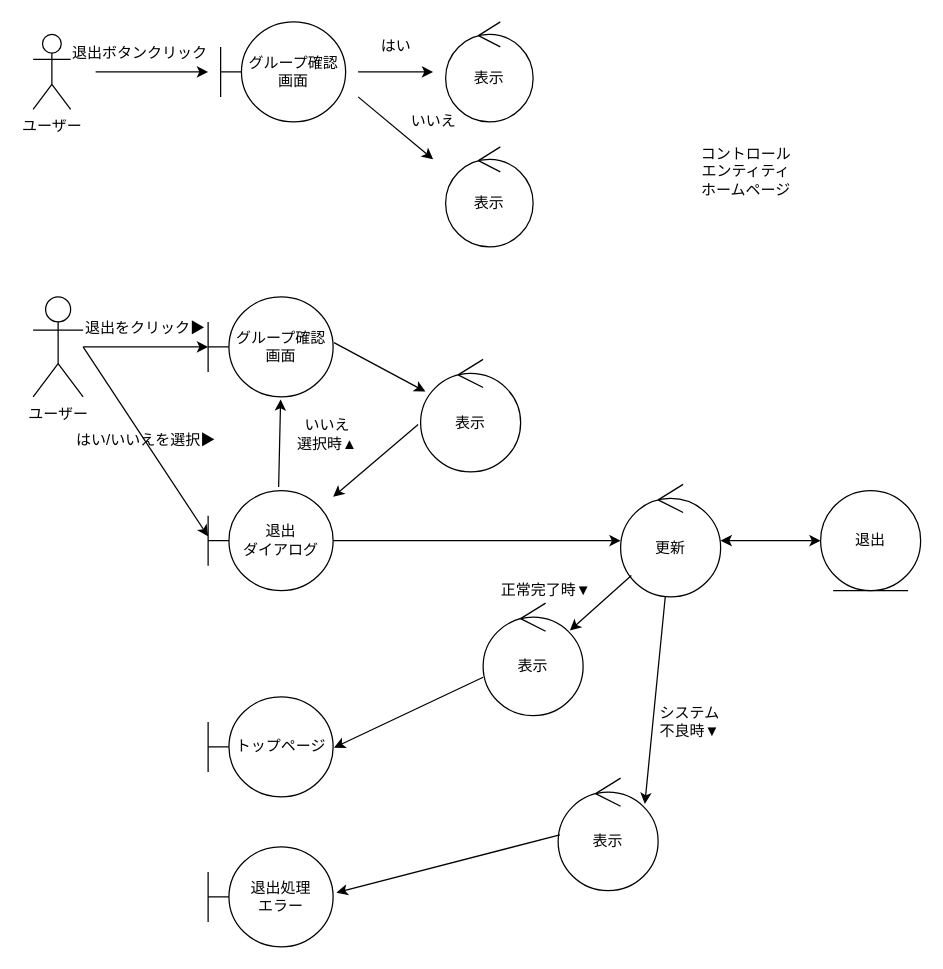
Before: page "グループを退出する" (3 of 8) of out/ロバストネス図/ユーザー２-ロバストネス図.drawio in ksw2270227/GroupF, a draw.io diagram. Source tidied: cells renumbered, new cells numbered last; positions are measured from the earlier drawing's top-left corner, leaving out a move shared by most shapes. Both pictures are drawn from the tidied source at 125%, with x=0, y=0 at pixel (32, 21).
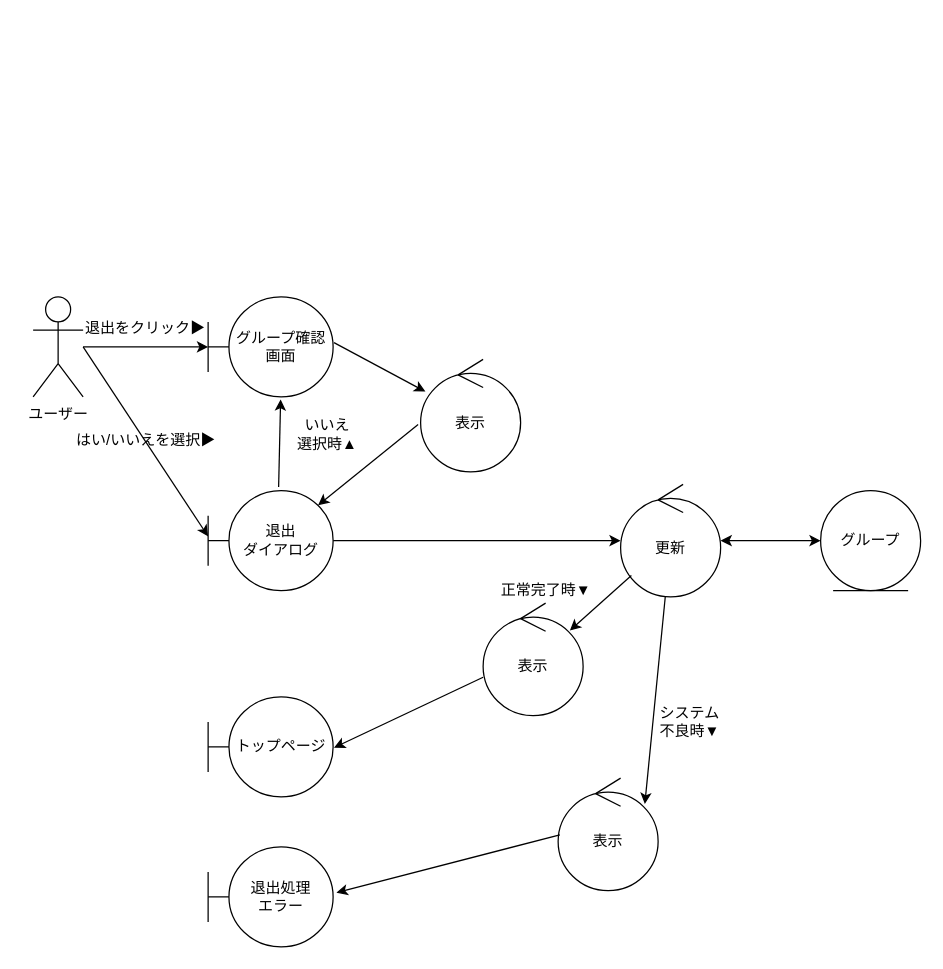
The same diagram, later.

Unchanged cells that the change refers to:
```xml
<mxCell id="14" value="表示" style="ellipse;shape=umlControl;whiteSpace=wrap;html=1;" parent="1" vertex="1">
  <mxGeometry x="310" y="270" width="80" height="90" as="geometry" />
</mxCell>
<mxCell id="19" value="退出&lt;br&gt;ダイアログ" style="shape=umlBoundary;whiteSpace=wrap;html=1;" parent="1" vertex="1">
  <mxGeometry x="140" y="375" width="100" height="80" as="geometry" />
</mxCell>
```

What changed in the source:
```diff
@@
-    <mxCell id="2" value="ユーザー" style="shape=umlActor;verticalLabelPosition=bottom;verticalAlign=top;html=1;" parent="1" vertex="1">
-      <mxGeometry y="10" width="30" height="60" as="geometry" />
-    </mxCell>
-    <mxCell id="3" value="表示" style="ellipse;shape=umlControl;whiteSpace=wrap;html=1;" parent="1" vertex="1">
-      <mxGeometry x="330" width="70" height="80" as="geometry" />
-    </mxCell>
-    <mxCell id="4" value="グループ確認画面" style="shape=umlBoundary;whiteSpace=wrap;html=1;" parent="1" vertex="1">
-      <mxGeometry x="150" width="100" height="80" as="geometry" />
-    </mxCell>
-    <mxCell id="5" style="endArrow=classic;html=1;" parent="1" edge="1">
-      <mxGeometry relative="1" as="geometry">
-        <mxPoint x="50" y="40" as="sourcePoint" />
-        <mxPoint x="140" y="40" as="targetPoint" />
-      </mxGeometry>
-    </mxCell>
-    <mxCell id="6" style="endArrow=classic;html=1;" parent="1" edge="1">
-      <mxGeometry relative="1" as="geometry">
-        <mxPoint x="260" y="40" as="sourcePoint" />
-        <mxPoint x="320" y="40" as="targetPoint" />
-      </mxGeometry>
-    </mxCell>
-    <mxCell id="7" value="退出ボタンクリック" style="text;html=1;align=center;verticalAlign=middle;strokeColor=none;fillColor=none;" parent="1" vertex="1">
-      <mxGeometry x="20" y="10" width="130" height="30" as="geometry" />
-    </mxCell>
-    <mxCell id="8" style="endArrow=classic;html=1;" parent="1" edge="1">
-      <mxGeometry relative="1" as="geometry">
-        <mxPoint x="260" y="60" as="sourcePoint" />
-        <mxPoint x="320" y="110" as="targetPoint" />
-      </mxGeometry>
-    </mxCell>
-    <mxCell id="9" value="表示" style="ellipse;shape=umlControl;whiteSpace=wrap;html=1;" parent="1" vertex="1">
-      <mxGeometry x="330" y="100" width="70" height="80" as="geometry" />
-    </mxCell>
-    <mxCell id="10" value="はい" style="text;html=1;align=center;verticalAlign=middle;strokeColor=none;fillColor=none;" parent="1" vertex="1">
-      <mxGeometry x="265" y="5" width="50" height="30" as="geometry" />
-    </mxCell>
-    <mxCell id="11" value="いいえ" style="text;html=1;align=center;verticalAlign=middle;strokeColor=none;fillColor=none;" parent="1" vertex="1">
-      <mxGeometry x="290" y="65" width="60" height="30" as="geometry" />
-    </mxCell>
-    <mxCell id="12" value="コントロール&lt;br&gt;エンティティ&lt;br&gt;ホームページ" style="text;html=1;align=center;verticalAlign=middle;strokeColor=none;fillColor=none;" parent="1" vertex="1">
-      <mxGeometry x="520" y="90" width="100" height="60" as="geometry" />
-    </mxCell>
@@
-    <mxCell id="15" value="退出" style="ellipse;shape=umlEntity;whiteSpace=wrap;html=1;" parent="1" vertex="1">
+    <mxCell id="15" value="グループ" style="ellipse;shape=umlEntity;whiteSpace=wrap;html=1;" parent="1" vertex="1">
       <mxGeometry x="630" y="375" width="80" height="80" as="geometry" />
     </mxCell>
@@
-    <mxCell id="25" style="endArrow=classic;html=1;exitX=-0.025;exitY=0.578;exitDx=0;exitDy=0;exitPerimeter=0;" parent="1" edge="1" source="14">
-      <mxGeometry relative="1" as="geometry">
-        <mxPoint x="240" y="380" as="targetPoint" />
-      </mxGeometry>
+    <mxCell id="25" style="endArrow=classic;html=1;exitX=-0.025;exitY=0.578;exitDx=0;exitDy=0;exitPerimeter=0;entryX=0.88;entryY=0.146;entryDx=0;entryDy=0;entryPerimeter=0;" parent="1" edge="1" source="14" target="19">
+      <mxGeometry relative="1" as="geometry" />
     </mxCell>
```
